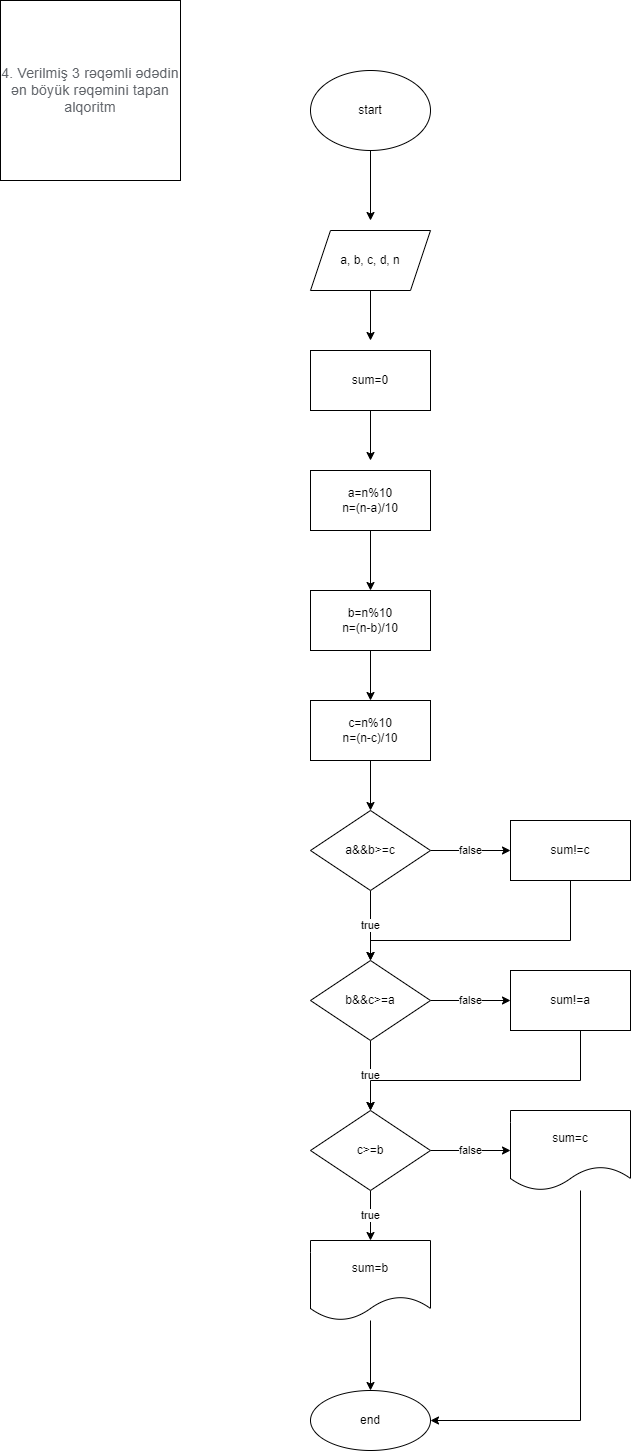
daelvinci/EvTapsirigi keeps this draw.io diagram as 1.12.2022/task4.png. Above is the earlier version. Source tidied: cells renumbered, new cells last; positions are measured from the earlier drawing's top-left corner, leaving out a move shared by most shapes.
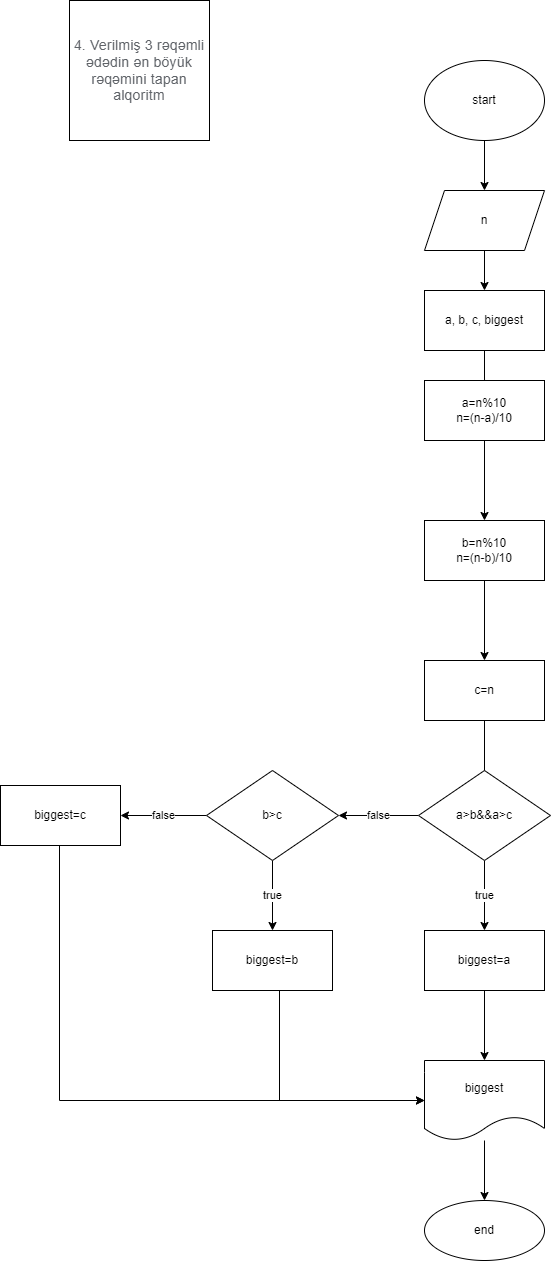
The same file after the commit.

The edit, as a diff of the source:
```diff
@@ -2,129 +2,101 @@
   <root>
     <mxCell id="0" />
     <mxCell id="1" parent="0" />
+    <mxCell id="34" style="edgeStyle=orthogonalEdgeStyle;rounded=0;jettySize=auto;html=1;" parent="1" edge="1" source="4" target="36">
+      <mxGeometry relative="1" as="geometry" />
+    </mxCell>
+    <mxCell id="4" value="start" style="ellipse;whiteSpace=wrap;html=1;" parent="1" vertex="1">
+      <mxGeometry x="315" y="980" width="120" height="80" as="geometry" />
+    </mxCell>
+    <mxCell id="35" style="edgeStyle=orthogonalEdgeStyle;rounded=0;jettySize=auto;html=1;" parent="1" edge="1" source="36" target="38">
+      <mxGeometry relative="1" as="geometry" />
+    </mxCell>
+    <mxCell id="36" value="n" style="shape=parallelogram;perimeter=parallelogramPerimeter;whiteSpace=wrap;html=1;fixedSize=1;" parent="1" vertex="1">
+      <mxGeometry x="315" y="1110" width="120" height="60" as="geometry" />
+    </mxCell>
     <mxCell id="2" value="&lt;span style=&quot;color: rgb(95, 99, 104); font-family: Roboto, Helvetica, Arial, sans-serif; font-size: 14px; letter-spacing: 0.2px; text-align: start; background-color: rgb(255, 255, 255);&quot;&gt;4.&amp;nbsp;Verilmiş 3 rəqəmli ədədin ən böyük rəqəmini tapan alqoritm&lt;/span&gt;" style="whiteSpace=wrap;html=1;" parent="1" vertex="1">
-      <mxGeometry width="180" height="180" as="geometry" />
+      <mxGeometry x="-40" y="920" width="140" height="140" as="geometry" />
     </mxCell>
-    <mxCell id="3" style="edgeStyle=orthogonalEdgeStyle;rounded=0;jettySize=auto;html=1;" parent="1" edge="1" source="4">
-      <mxGeometry relative="1" as="geometry">
-        <mxPoint x="370" y="220" as="targetPoint" />
-      </mxGeometry>
-    </mxCell>
-    <mxCell id="4" value="start" style="ellipse;whiteSpace=wrap;html=1;" parent="1" vertex="1">
-      <mxGeometry x="310" y="70" width="120" height="80" as="geometry" />
-    </mxCell>
-    <mxCell id="5" value="false" style="edgeStyle=orthogonalEdgeStyle;rounded=0;jettySize=auto;html=1;entryX=0;entryY=0.5;entryDx=0;entryDy=0;" parent="1" edge="1" target="x">
-      <mxGeometry relative="1" as="geometry">
-        <mxPoint x="295" y="410" as="sourcePoint" />
-        <Array as="points">
-          <mxPoint x="170" y="410" />
-          <mxPoint x="170" y="790" />
-        </Array>
-      </mxGeometry>
-    </mxCell>
-    <mxCell id="6" style="edgeStyle=orthogonalEdgeStyle;rounded=0;jettySize=auto;html=1;" parent="1" edge="1" source="7">
-      <mxGeometry relative="1" as="geometry">
-        <mxPoint x="370" y="340" as="targetPoint" />
-      </mxGeometry>
-    </mxCell>
-    <mxCell id="7" value="a, b, c, d, n" style="shape=parallelogram;perimeter=parallelogramPerimeter;whiteSpace=wrap;html=1;fixedSize=1;" parent="1" vertex="1">
-      <mxGeometry x="310" y="230" width="120" height="60" as="geometry" />
-    </mxCell>
-    <mxCell id="8" style="edgeStyle=orthogonalEdgeStyle;rounded=0;jettySize=auto;html=1;" parent="1" edge="1" source="9">
-      <mxGeometry relative="1" as="geometry">
-        <mxPoint x="370" y="460" as="targetPoint" />
-      </mxGeometry>
-    </mxCell>
-    <mxCell id="9" value="sum=0" style="rounded=0;whiteSpace=wrap;html=1;" parent="1" vertex="1">
-      <mxGeometry x="310" y="350" width="120" height="60" as="geometry" />
-    </mxCell>
+    <mxCell id="37" style="edgeStyle=orthogonalEdgeStyle;rounded=0;jettySize=auto;html=1;" parent="1" edge="1" source="38">
+      <mxGeometry relative="1" as="geometry">
+        <mxPoint x="375.5" y="1325" as="targetPoint" />
+      </mxGeometry>
+    </mxCell>
+    <mxCell id="38" value="a, b, c, biggest" style="whiteSpace=wrap;html=1;" parent="1" vertex="1">
+      <mxGeometry x="315" y="1210" width="120" height="60" as="geometry" />
+    </mxCell>
-    <mxCell id="10" style="edgeStyle=orthogonalEdgeStyle;rounded=0;jettySize=auto;html=1;entryX=0.5;entryY=0;entryDx=0;entryDy=0;" parent="1" edge="1" source="11" target="13">
+    <mxCell id="10" style="edgeStyle=orthogonalEdgeStyle;rounded=0;jettySize=auto;html=1;" parent="1" edge="1" source="11" target="13">
       <mxGeometry relative="1" as="geometry" />
     </mxCell>
     <mxCell id="11" value="a=n%10&lt;br&gt;n=(n-a)/10" style="rounded=0;whiteSpace=wrap;html=1;" parent="1" vertex="1">
-      <mxGeometry x="310" y="470" width="120" height="60" as="geometry" />
+      <mxGeometry x="315" y="1300" width="120" height="60" as="geometry" />
     </mxCell>
-    <mxCell id="12" style="edgeStyle=orthogonalEdgeStyle;rounded=0;jettySize=auto;html=1;" parent="1" edge="1" source="13" target="15">
-      <mxGeometry relative="1" as="geometry" />
-    </mxCell>
+    <mxCell id="39" style="edgeStyle=orthogonalEdgeStyle;rounded=0;jettySize=auto;html=1;" parent="1" edge="1" source="13" target="41">
+      <mxGeometry relative="1" as="geometry" />
+    </mxCell>
-    <mxCell id="13" value="b=n%10&lt;br&gt;n=(n-b)/10" style="whiteSpace=wrap;html=1;rounded=0;" parent="1" vertex="1">
-      <mxGeometry x="310" y="590" width="120" height="60" as="geometry" />
+    <mxCell id="13" value="b=n%10&lt;br&gt;n=(n-b)/10" style="rounded=0;whiteSpace=wrap;html=1;" parent="1" vertex="1">
+      <mxGeometry x="315" y="1440" width="120" height="60" as="geometry" />
     </mxCell>
-    <mxCell id="14" style="edgeStyle=orthogonalEdgeStyle;rounded=0;jettySize=auto;html=1;" parent="1" edge="1" source="15">
-      <mxGeometry relative="1" as="geometry">
-        <mxPoint x="370" y="810" as="targetPoint" />
-      </mxGeometry>
-    </mxCell>
-    <mxCell id="15" value="c=n%10&lt;br&gt;n=(n-c)/10" style="whiteSpace=wrap;html=1;rounded=0;" parent="1" vertex="1">
-      <mxGeometry x="310" y="700" width="120" height="60" as="geometry" />
-    </mxCell>
-    <mxCell id="16" value="true" style="edgeStyle=orthogonalEdgeStyle;rounded=0;jettySize=auto;html=1;" parent="1" edge="1" source="18" target="21">
-      <mxGeometry relative="1" as="geometry" />
-    </mxCell>
-    <mxCell id="17" value="false" style="edgeStyle=orthogonalEdgeStyle;rounded=0;jettySize=auto;html=1;" parent="1" edge="1" source="18">
-      <mxGeometry relative="1" as="geometry">
-        <mxPoint x="510" y="850" as="targetPoint" />
-      </mxGeometry>
-    </mxCell>
-    <mxCell id="18" value="a&amp;amp;&amp;amp;b&amp;gt;=c" style="rhombus;whiteSpace=wrap;html=1;" parent="1" vertex="1">
-      <mxGeometry x="310" y="810" width="120" height="80" as="geometry" />
-    </mxCell>
-    <mxCell id="19" value="true" style="edgeStyle=orthogonalEdgeStyle;rounded=0;jettySize=auto;html=1;" parent="1" edge="1" source="21" target="24">
-      <mxGeometry relative="1" as="geometry" />
-    </mxCell>
-    <mxCell id="20" value="false" style="edgeStyle=orthogonalEdgeStyle;rounded=0;jettySize=auto;html=1;entryX=0;entryY=0.5;entryDx=0;entryDy=0;" parent="1" edge="1" source="21" target="28">
-      <mxGeometry relative="1" as="geometry" />
-    </mxCell>
-    <mxCell id="21" value="b&amp;amp;&amp;amp;c&amp;gt;=a" style="rhombus;whiteSpace=wrap;html=1;" parent="1" vertex="1">
-      <mxGeometry x="310" y="960" width="120" height="80" as="geometry" />
-    </mxCell>
-    <mxCell id="22" value="true" style="edgeStyle=orthogonalEdgeStyle;rounded=0;jettySize=auto;html=1;" parent="1" edge="1" source="24" target="30">
-      <mxGeometry relative="1" as="geometry" />
-    </mxCell>
-    <mxCell id="23" value="false" style="edgeStyle=orthogonalEdgeStyle;rounded=0;jettySize=auto;html=1;" parent="1" edge="1" source="24" target="32">
-      <mxGeometry relative="1" as="geometry" />
-    </mxCell>
-    <mxCell id="24" value="c&amp;gt;=b" style="rhombus;whiteSpace=wrap;html=1;" parent="1" vertex="1">
-      <mxGeometry x="310" y="1110" width="120" height="80" as="geometry" />
-    </mxCell>
-    <mxCell id="25" style="edgeStyle=orthogonalEdgeStyle;rounded=0;jettySize=auto;html=1;entryX=0.5;entryY=0;entryDx=0;entryDy=0;" parent="1" edge="1" source="26" target="21">
-      <mxGeometry relative="1" as="geometry">
-        <Array as="points">
-          <mxPoint x="570" y="940" />
-        </Array>
-      </mxGeometry>
-    </mxCell>
-    <mxCell id="26" value="sum!=c" style="rounded=0;whiteSpace=wrap;html=1;" parent="1" vertex="1">
-      <mxGeometry x="510" y="820" width="120" height="60" as="geometry" />
-    </mxCell>
-    <mxCell id="27" style="edgeStyle=orthogonalEdgeStyle;rounded=0;jettySize=auto;html=1;entryX=0.5;entryY=0;entryDx=0;entryDy=0;" parent="1" edge="1" source="28" target="24">
-      <mxGeometry relative="1" as="geometry">
-        <Array as="points">
-          <mxPoint x="580" y="1080" />
-        </Array>
-      </mxGeometry>
-    </mxCell>
-    <mxCell id="28" value="sum!=a" style="rounded=0;whiteSpace=wrap;html=1;" parent="1" vertex="1">
-      <mxGeometry x="510" y="970" width="120" height="60" as="geometry" />
-    </mxCell>
-    <mxCell id="29" style="edgeStyle=orthogonalEdgeStyle;rounded=0;jettySize=auto;html=1;" parent="1" edge="1" source="30" target="33">
-      <mxGeometry relative="1" as="geometry" />
-    </mxCell>
-    <mxCell id="30" value="sum=b" style="shape=document;whiteSpace=wrap;html=1;boundedLbl=1;" parent="1" vertex="1">
-      <mxGeometry x="310" y="1240" width="120" height="80" as="geometry" />
-    </mxCell>
-    <mxCell id="31" style="edgeStyle=orthogonalEdgeStyle;rounded=0;jettySize=auto;html=1;entryX=1;entryY=0.5;entryDx=0;entryDy=0;" parent="1" edge="1" source="32" target="33">
-      <mxGeometry relative="1" as="geometry">
-        <Array as="points">
-          <mxPoint x="580" y="1420" />
-        </Array>
-      </mxGeometry>
-    </mxCell>
-    <mxCell id="32" value="sum=c" style="shape=document;whiteSpace=wrap;html=1;boundedLbl=1;" parent="1" vertex="1">
-      <mxGeometry x="510" y="1110" width="120" height="80" as="geometry" />
-    </mxCell>
+    <mxCell id="40" style="edgeStyle=orthogonalEdgeStyle;rounded=0;jettySize=auto;html=1;" parent="1" edge="1" source="41">
+      <mxGeometry relative="1" as="geometry">
+        <mxPoint x="375" y="1720" as="targetPoint" />
+      </mxGeometry>
+    </mxCell>
+    <mxCell id="41" value="c=n" style="rounded=0;whiteSpace=wrap;html=1;" parent="1" vertex="1">
+      <mxGeometry x="315" y="1580" width="120" height="60" as="geometry" />
+    </mxCell>
+    <mxCell id="42" value="false" style="edgeStyle=orthogonalEdgeStyle;rounded=0;jettySize=auto;html=1;" parent="1" edge="1" source="44" target="49">
+      <mxGeometry relative="1" as="geometry" />
+    </mxCell>
+    <mxCell id="43" value="true" style="edgeStyle=orthogonalEdgeStyle;rounded=0;jettySize=auto;html=1;" parent="1" edge="1" source="44" target="46">
+      <mxGeometry relative="1" as="geometry" />
+    </mxCell>
+    <mxCell id="44" value="a&amp;gt;b&amp;amp;&amp;amp;a&amp;gt;c" style="rhombus;whiteSpace=wrap;html=1;" parent="1" vertex="1">
+      <mxGeometry x="309" y="1690" width="132" height="90" as="geometry" />
+    </mxCell>
+    <mxCell id="45" style="edgeStyle=orthogonalEdgeStyle;rounded=0;jettySize=auto;html=1;" parent="1" edge="1" source="46" target="55">
+      <mxGeometry relative="1" as="geometry" />
+    </mxCell>
+    <mxCell id="46" value="biggest=a" style="rounded=0;whiteSpace=wrap;html=1;" parent="1" vertex="1">
+      <mxGeometry x="315" y="1850" width="120" height="60" as="geometry" />
+    </mxCell>
+    <mxCell id="47" value="true" style="edgeStyle=orthogonalEdgeStyle;rounded=0;jettySize=auto;html=1;" parent="1" edge="1" source="49" target="51">
+      <mxGeometry relative="1" as="geometry" />
+    </mxCell>
+    <mxCell id="48" value="false" style="edgeStyle=orthogonalEdgeStyle;rounded=0;jettySize=auto;html=1;" parent="1" edge="1" source="49" target="53">
+      <mxGeometry relative="1" as="geometry" />
+    </mxCell>
+    <mxCell id="49" value="b&amp;gt;c" style="rhombus;whiteSpace=wrap;html=1;" parent="1" vertex="1">
+      <mxGeometry x="97" y="1690" width="132" height="90" as="geometry" />
+    </mxCell>
+    <mxCell id="50" style="edgeStyle=orthogonalEdgeStyle;rounded=0;jettySize=auto;html=1;entryX=0;entryY=0.5;entryDx=0;entryDy=0;" parent="1" edge="1" source="51" target="55">
+      <mxGeometry relative="1" as="geometry">
+        <Array as="points">
+          <mxPoint x="170" y="2020" />
+        </Array>
+      </mxGeometry>
+    </mxCell>
+    <mxCell id="51" value="biggest=b" style="whiteSpace=wrap;html=1;" parent="1" vertex="1">
+      <mxGeometry x="103" y="1850" width="120" height="60" as="geometry" />
+    </mxCell>
+    <mxCell id="52" style="edgeStyle=orthogonalEdgeStyle;rounded=0;jettySize=auto;html=1;entryX=0;entryY=0.5;entryDx=0;entryDy=0;" parent="1" edge="1" source="53" target="55">
+      <mxGeometry relative="1" as="geometry">
+        <Array as="points">
+          <mxPoint x="-50" y="2020" />
+        </Array>
+      </mxGeometry>
+    </mxCell>
+    <mxCell id="53" value="biggest=c" style="whiteSpace=wrap;html=1;" parent="1" vertex="1">
+      <mxGeometry x="-109" y="1705" width="120" height="60" as="geometry" />
+    </mxCell>
+    <mxCell id="54" style="edgeStyle=orthogonalEdgeStyle;rounded=0;jettySize=auto;html=1;" parent="1" edge="1" source="55" target="33">
+      <mxGeometry relative="1" as="geometry" />
+    </mxCell>
+    <mxCell id="55" value="biggest" style="shape=document;whiteSpace=wrap;html=1;boundedLbl=1;rounded=0;" parent="1" vertex="1">
+      <mxGeometry x="315" y="1980" width="120" height="80" as="geometry" />
+    </mxCell>
-    <mxCell id="33" value="end" style="ellipse;whiteSpace=wrap;html=1;" parent="1" vertex="1">
-      <mxGeometry x="310" y="1390" width="120" height="60" as="geometry" />
+    <mxCell id="33" value="end" style="ellipse;whiteSpace=wrap;html=1;rounded=0;" parent="1" vertex="1">
+      <mxGeometry x="315" y="2120" width="120" height="60" as="geometry" />
     </mxCell>
   </root>
 </mxGraphModel>
```
